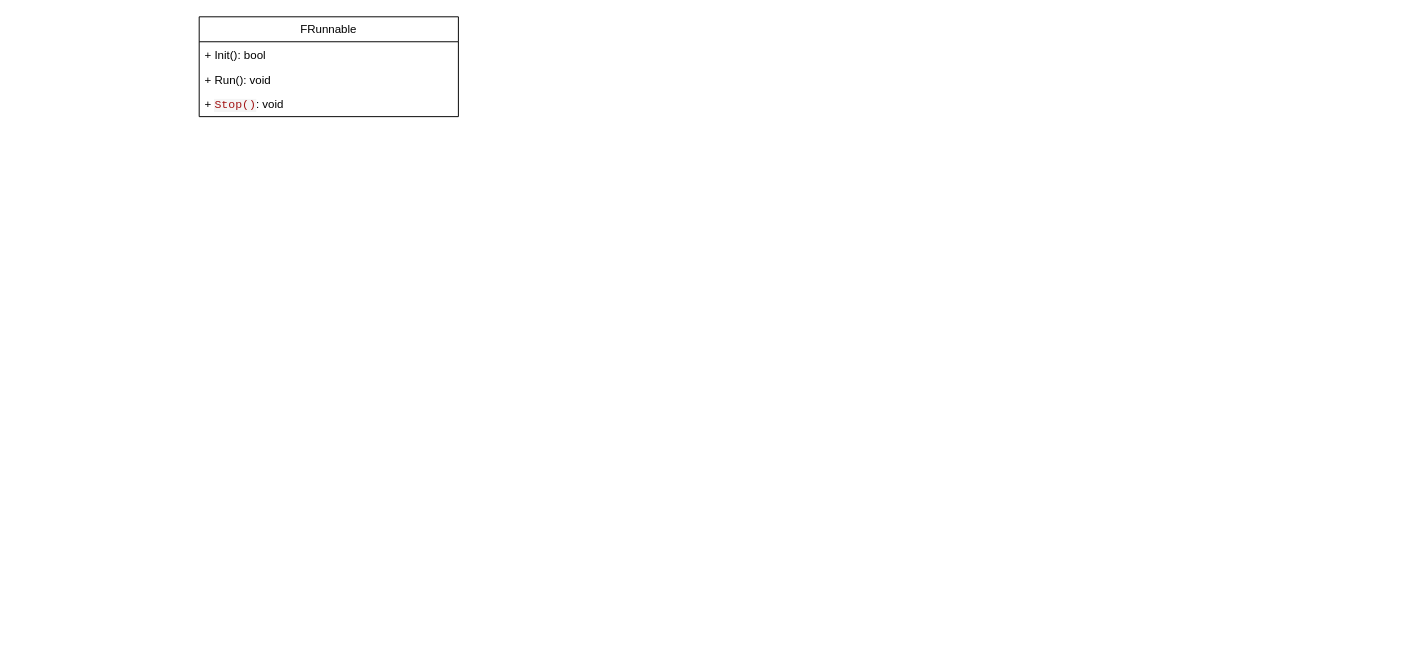
This is multi_thread.drawio from ProphecyQAQ/unreal_learn, a draw.io file, before an edit. Source tidied: cells renumbered, new cells numbered last; positions are measured from the earlier drawing's top-left corner, leaving out a move shared by most shapes. Both pictures are drawn from the tidied source at 96%, with x=0, y=0 at pixel (199, 16).
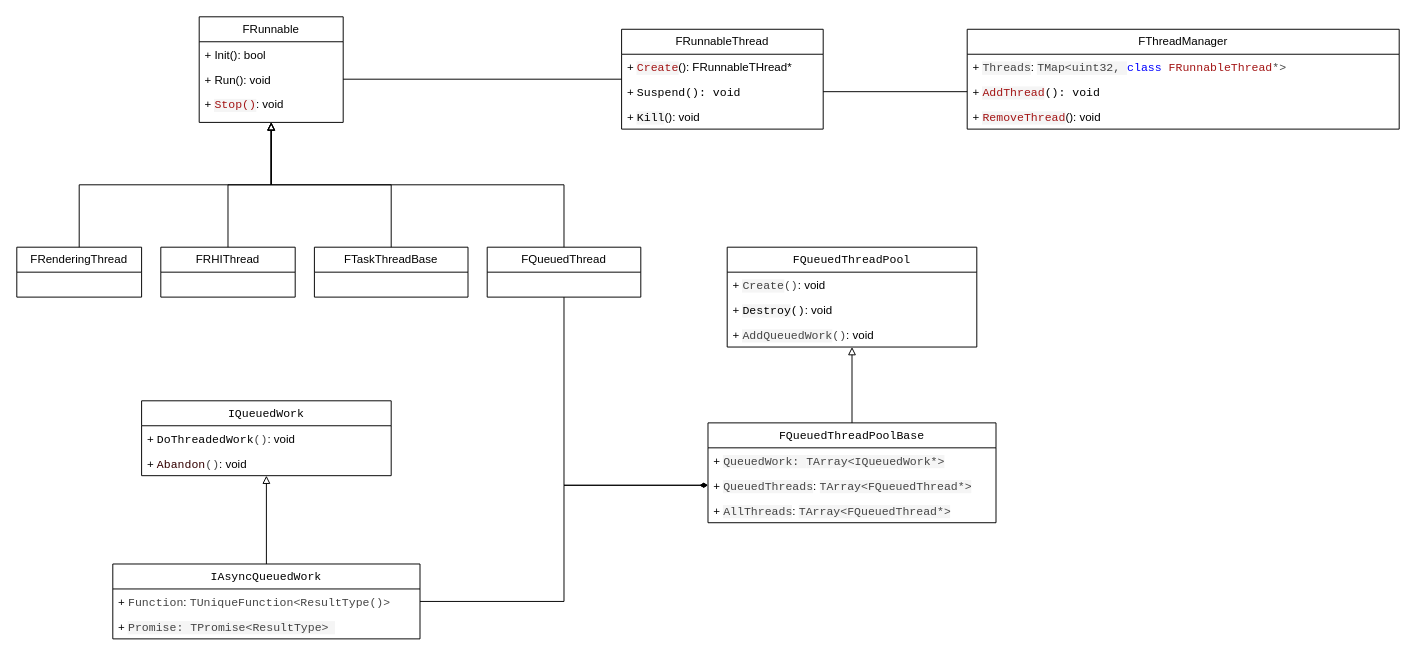
The same diagram, later.

Diff of the diagram source:
```diff
@@
+    <mxCell id="6" style="edgeStyle=orthogonalEdgeStyle;rounded=0;jettySize=auto;html=1;endArrow=none;endFill=0;startArrow=block;startFill=0;exitX=0.5;exitY=1;exitDx=0;exitDy=0;" parent="1" edge="1" source="2" target="9">
+      <mxGeometry relative="1" as="geometry" />
+    </mxCell>
+    <mxCell id="7" style="edgeStyle=orthogonalEdgeStyle;rounded=0;jettySize=auto;html=1;entryX=0.5;entryY=0;entryDx=0;entryDy=0;endArrow=none;endFill=0;startArrow=block;startFill=0;" parent="1" edge="1" source="2" target="10">
+      <mxGeometry relative="1" as="geometry" />
+    </mxCell>
+    <mxCell id="8" style="edgeStyle=orthogonalEdgeStyle;rounded=0;jettySize=auto;html=1;entryX=0.5;entryY=0;entryDx=0;entryDy=0;endArrow=none;endFill=0;startArrow=block;startFill=0;" parent="1" edge="1" source="2" target="11">
+      <mxGeometry relative="1" as="geometry" />
+    </mxCell>
     <mxCell id="2" value="FRunnable" style="swimlane;fontStyle=0;horizontal=1;startSize=26;fillColor=none;whiteSpace=wrap;html=1;" parent="1" vertex="1">
-      <mxGeometry width="270" height="104" as="geometry" />
+      <mxGeometry width="150" height="110" as="geometry" />
     </mxCell>
     <mxCell id="3" value="+ Init(): bool" style="text;strokeColor=none;fillColor=none;align=left;verticalAlign=top;spacingLeft=4;spacingRight=4;overflow=hidden;whiteSpace=wrap;html=1;" parent="2" vertex="1">
-      <mxGeometry y="26" width="270" height="26" as="geometry" />
+      <mxGeometry y="26" width="150" height="26" as="geometry" />
     </mxCell>
     <mxCell id="4" value="+ Run(): void" style="text;strokeColor=none;fillColor=none;align=left;verticalAlign=top;spacingLeft=4;spacingRight=4;overflow=hidden;points=[[0,0.5],[1,0.5]];portConstraint=eastwest;whiteSpace=wrap;html=1;" parent="2" vertex="1">
-      <mxGeometry y="52" width="270" height="26" as="geometry" />
+      <mxGeometry y="52" width="150" height="26" as="geometry" />
     </mxCell>
     <mxCell id="5" value="+ &lt;span style=&quot;color: rgb(163, 21, 21); font-family: &amp;quot;Courier New&amp;quot;, sans-serif; white-space-collapse: preserve; background-color: rgb(245, 245, 245);&quot;&gt;Stop()&lt;/span&gt;: void&amp;nbsp;" style="text;strokeColor=none;fillColor=none;align=left;verticalAlign=top;spacingLeft=4;spacingRight=4;overflow=hidden;whiteSpace=wrap;html=1;" parent="2" vertex="1">
-      <mxGeometry y="78" width="270" height="26" as="geometry" />
+      <mxGeometry y="78" width="150" height="32" as="geometry" />
     </mxCell>
+    <mxCell id="9" value="FRenderingThread" style="swimlane;fontStyle=0;horizontal=1;startSize=26;fillColor=none;whiteSpace=wrap;html=1;" parent="1" vertex="1">
+      <mxGeometry x="-190" y="240" width="130" height="52" as="geometry" />
+    </mxCell>
+    <mxCell id="10" value="FTaskThreadBase" style="swimlane;fontStyle=0;horizontal=1;startSize=26;fillColor=none;whiteSpace=wrap;html=1;" parent="1" vertex="1">
+      <mxGeometry x="120" y="240" width="160" height="52" as="geometry" />
+    </mxCell>
+    <mxCell id="11" value="FRHIThread" style="swimlane;fontStyle=0;horizontal=1;startSize=26;fillColor=none;whiteSpace=wrap;html=1;" parent="1" vertex="1">
+      <mxGeometry x="-40" y="240" width="140" height="52" as="geometry" />
+    </mxCell>
+    <mxCell id="12" style="edgeStyle=orthogonalEdgeStyle;rounded=0;jettySize=auto;html=1;exitX=0.5;exitY=0;exitDx=0;exitDy=0;entryX=0.5;entryY=1;entryDx=0;entryDy=0;endArrow=block;endFill=0;startArrow=none;startFill=0;" parent="1" edge="1" source="14" target="2">
+      <mxGeometry relative="1" as="geometry" />
+    </mxCell>
+    <mxCell id="13" style="edgeStyle=orthogonalEdgeStyle;rounded=0;jettySize=auto;html=1;exitX=0.5;exitY=1;exitDx=0;exitDy=0;entryX=0;entryY=0.5;entryDx=0;entryDy=0;endArrow=diamondThin;endFill=1;" parent="1" edge="1" source="14" target="39">
+      <mxGeometry relative="1" as="geometry" />
+    </mxCell>
+    <mxCell id="14" value="FQueuedThread" style="swimlane;fontStyle=0;horizontal=1;startSize=26;fillColor=none;whiteSpace=wrap;html=1;" parent="1" vertex="1">
+      <mxGeometry x="300" y="240" width="160" height="52" as="geometry" />
+    </mxCell>
+    <mxCell id="15" value="FRunnableThread" style="swimlane;fontStyle=0;horizontal=1;startSize=26;fillColor=none;whiteSpace=wrap;html=1;" parent="1" vertex="1">
+      <mxGeometry x="440" y="13" width="210" height="104" as="geometry" />
+    </mxCell>
+    <mxCell id="16" value="&lt;font&gt;+&amp;nbsp;&lt;span style=&quot;font-family: &amp;quot;Courier New&amp;quot;, sans-serif; white-space-collapse: preserve; background-color: rgb(245, 245, 245); color: rgb(163, 21, 21);&quot;&gt;Create&lt;/span&gt;(): FRunnableTHread*&lt;/font&gt;" style="text;strokeColor=none;fillColor=none;align=left;verticalAlign=top;spacingLeft=4;spacingRight=4;overflow=hidden;whiteSpace=wrap;html=1;" parent="15" vertex="1">
+      <mxGeometry y="26" width="210" height="26" as="geometry" />
+    </mxCell>
+    <mxCell id="17" value="&lt;font&gt;+&amp;nbsp;&lt;span style=&quot;margin: 0px; padding: 0px; font-family: &amp;quot;Courier New&amp;quot;, sans-serif; white-space-collapse: preserve;&quot; class=&quot;hljs-title function_&quot;&gt;Suspend(): void&lt;/span&gt;&lt;/font&gt;" style="text;strokeColor=none;fillColor=none;align=left;verticalAlign=top;spacingLeft=4;spacingRight=4;overflow=hidden;points=[[0,0.5],[1,0.5]];portConstraint=eastwest;whiteSpace=wrap;html=1;" parent="15" vertex="1">
+      <mxGeometry y="52" width="210" height="26" as="geometry" />
+    </mxCell>
+    <mxCell id="18" value="&lt;font&gt;+ &lt;font face=&quot;Courier New, sans-serif&quot;&gt;&lt;span style=&quot;white-space-collapse: preserve; background-color: rgb(245, 245, 245);&quot;&gt;Kill&lt;/span&gt;&lt;/font&gt;(): void&lt;/font&gt;" style="text;align=left;verticalAlign=top;spacingLeft=4;spacingRight=4;overflow=hidden;whiteSpace=wrap;html=1;" parent="15" vertex="1">
+      <mxGeometry y="78" width="210" height="26" as="geometry" />
+    </mxCell>
+    <mxCell id="19" style="edgeStyle=orthogonalEdgeStyle;rounded=0;jettySize=auto;html=1;exitX=1;exitY=0.5;exitDx=0;exitDy=0;entryX=0;entryY=0.5;entryDx=0;entryDy=0;endArrow=none;endFill=0;" parent="1" edge="1" source="4" target="15">
+      <mxGeometry relative="1" as="geometry" />
+    </mxCell>
+    <mxCell id="20" value="FThreadManager" style="swimlane;fontStyle=0;horizontal=1;startSize=26;fillColor=none;whiteSpace=wrap;html=1;" parent="1" vertex="1">
+      <mxGeometry x="800" y="13" width="450" height="104" as="geometry" />
+    </mxCell>
+    <mxCell id="21" value="&lt;font&gt;+&amp;nbsp;&lt;span style=&quot;color: rgb(68, 68, 68); font-family: &amp;quot;Courier New&amp;quot;, sans-serif; white-space-collapse: preserve; background-color: rgb(245, 245, 245);&quot;&gt;Threads&lt;/span&gt;:&amp;nbsp;&lt;/font&gt;&lt;span style=&quot;color: rgb(68, 68, 68); font-family: &amp;quot;Courier New&amp;quot;, sans-serif; white-space-collapse: preserve; background-color: rgb(245, 245, 245);&quot;&gt;TMap&amp;lt;uint32, &lt;/span&gt;&lt;span style=&quot;margin: 0px; padding: 0px; color: rgb(68, 68, 68); font-family: &amp;quot;Courier New&amp;quot;, sans-serif; white-space-collapse: preserve;&quot; class=&quot;hljs-class&quot;&gt;&lt;span style=&quot;margin: 0px; padding: 0px; color: rgb(0, 0, 255);&quot; class=&quot;hljs-keyword&quot;&gt;class&lt;/span&gt; &lt;span style=&quot;margin: 0px; padding: 0px; color: rgb(163, 21, 21);&quot; class=&quot;hljs-title&quot;&gt;FRunnableThread&lt;/span&gt;*&amp;gt;&lt;/span&gt;" style="text;strokeColor=none;fillColor=none;align=left;verticalAlign=top;spacingLeft=4;spacingRight=4;overflow=hidden;whiteSpace=wrap;html=1;" parent="20" vertex="1">
+      <mxGeometry y="26" width="450" height="26" as="geometry" />
+    </mxCell>
+    <mxCell id="22" value="&lt;font&gt;+&amp;nbsp;&lt;span style=&quot;margin: 0px; padding: 0px; font-family: &amp;quot;Courier New&amp;quot;, sans-serif; white-space-collapse: preserve;&quot; class=&quot;hljs-title function_&quot;&gt;&lt;span style=&quot;color: rgb(163, 21, 21); background-color: rgb(245, 245, 245);&quot;&gt;AddThread&lt;/span&gt;(): void&lt;/span&gt;&lt;/font&gt;" style="text;strokeColor=none;fillColor=none;align=left;verticalAlign=top;spacingLeft=4;spacingRight=4;overflow=hidden;points=[[0,0.5],[1,0.5]];portConstraint=eastwest;whiteSpace=wrap;html=1;" parent="20" vertex="1">
+      <mxGeometry y="52" width="450" height="26" as="geometry" />
+    </mxCell>
+    <mxCell id="23" value="&lt;font&gt;+&amp;nbsp;&lt;span style=&quot;color: rgb(163, 21, 21); font-family: &amp;quot;Courier New&amp;quot;, sans-serif; white-space-collapse: preserve; background-color: rgb(245, 245, 245);&quot;&gt;RemoveThread&lt;/span&gt;(): void&lt;/font&gt;" style="text;align=left;verticalAlign=top;spacingLeft=4;spacingRight=4;overflow=hidden;whiteSpace=wrap;html=1;" parent="20" vertex="1">
+      <mxGeometry y="78" width="450" height="26" as="geometry" />
+    </mxCell>
+    <mxCell id="24" style="edgeStyle=orthogonalEdgeStyle;rounded=0;jettySize=auto;html=1;exitX=1;exitY=0.5;exitDx=0;exitDy=0;entryX=0;entryY=0.5;entryDx=0;entryDy=0;endArrow=none;endFill=0;" parent="1" edge="1" source="17" target="22">
+      <mxGeometry relative="1" as="geometry" />
+    </mxCell>
+    <mxCell id="25" value="&lt;span style=&quot;font-family: &amp;quot;Courier New&amp;quot;, sans-serif; text-align: start; white-space-collapse: preserve;&quot;&gt;&lt;font style=&quot;color: rgb(0, 0, 0);&quot;&gt;IQueuedWork&lt;/font&gt;&lt;/span&gt;" style="swimlane;fontStyle=0;horizontal=1;startSize=26;fillColor=none;whiteSpace=wrap;html=1;" parent="1" vertex="1">
+      <mxGeometry x="-60" y="400" width="260" height="78" as="geometry" />
+    </mxCell>
+    <mxCell id="26" value="+&amp;nbsp;&lt;span style=&quot;margin: 0px; padding: 0px; font-family: &amp;quot;Courier New&amp;quot;, sans-serif; white-space-collapse: preserve;&quot; class=&quot;hljs-title function_&quot;&gt;&lt;font style=&quot;color: rgb(0, 0, 0);&quot;&gt;DoThreadedWork&lt;/font&gt;&lt;/span&gt;&lt;span style=&quot;margin: 0px; padding: 0px; color: rgb(68, 68, 68); font-family: &amp;quot;Courier New&amp;quot;, sans-serif; white-space-collapse: preserve;&quot; class=&quot;hljs-params&quot;&gt;()&lt;/span&gt;: void" style="text;strokeColor=none;fillColor=none;align=left;verticalAlign=top;spacingLeft=4;spacingRight=4;overflow=hidden;whiteSpace=wrap;html=1;" parent="25" vertex="1">
+      <mxGeometry y="26" width="260" height="26" as="geometry" />
+    </mxCell>
+    <mxCell id="27" value="+&amp;nbsp;&lt;span style=&quot;margin: 0px; padding: 0px; font-family: &amp;quot;Courier New&amp;quot;, sans-serif; white-space-collapse: preserve;&quot; class=&quot;hljs-title function_&quot;&gt;&lt;font style=&quot;color: rgb(51, 0, 0);&quot;&gt;Abandon&lt;/font&gt;&lt;/span&gt;&lt;span style=&quot;margin: 0px; padding: 0px; color: rgb(68, 68, 68); font-family: &amp;quot;Courier New&amp;quot;, sans-serif; white-space-collapse: preserve;&quot; class=&quot;hljs-params&quot;&gt;()&lt;/span&gt;: void" style="text;strokeColor=none;fillColor=none;align=left;verticalAlign=top;spacingLeft=4;spacingRight=4;overflow=hidden;whiteSpace=wrap;html=1;" parent="25" vertex="1">
+      <mxGeometry y="52" width="260" height="26" as="geometry" />
+    </mxCell>
+    <mxCell id="28" style="edgeStyle=orthogonalEdgeStyle;rounded=0;jettySize=auto;html=1;exitX=0.5;exitY=0;exitDx=0;exitDy=0;entryX=0.5;entryY=1;entryDx=0;entryDy=0;endArrow=block;endFill=0;" parent="1" edge="1" source="29" target="25">
+      <mxGeometry relative="1" as="geometry" />
+    </mxCell>
+    <mxCell id="29" value="&lt;span style=&quot;font-family: &amp;quot;Courier New&amp;quot;, sans-serif; text-align: start; white-space-collapse: preserve;&quot;&gt;&lt;font style=&quot;color: rgb(0, 0, 0);&quot;&gt;IAsyncQueuedWork&lt;/font&gt;&lt;/span&gt;" style="swimlane;fontStyle=0;horizontal=1;startSize=26;fillColor=none;whiteSpace=wrap;html=1;" parent="1" vertex="1">
+      <mxGeometry x="-90" y="570" width="320" height="78" as="geometry" />
+    </mxCell>
+    <mxCell id="30" value="&lt;span&gt;+&amp;nbsp;&lt;span style=&quot;color: rgb(68, 68, 68); font-family: &amp;quot;Courier New&amp;quot;, sans-serif; white-space-collapse: preserve;&quot;&gt;Function&lt;/span&gt;:&amp;nbsp;&lt;span style=&quot;color: rgb(68, 68, 68); font-family: &amp;quot;Courier New&amp;quot;, sans-serif; white-space-collapse: preserve;&quot;&gt;TUniqueFunction&amp;lt;ResultType()&amp;gt;&lt;/span&gt;&lt;/span&gt;" style="text;strokeColor=none;fillColor=none;align=left;verticalAlign=top;spacingLeft=4;spacingRight=4;overflow=hidden;points=[[0,0.5],[1,0.5]];portConstraint=eastwest;whiteSpace=wrap;html=1;" parent="29" vertex="1">
+      <mxGeometry y="26" width="320" height="26" as="geometry" />
+    </mxCell>
+    <mxCell id="31" value="+&amp;nbsp;&lt;span style=&quot;color: rgb(68, 68, 68); font-family: &amp;quot;Courier New&amp;quot;, sans-serif; white-space-collapse: preserve; background-color: rgb(245, 245, 245);&quot;&gt;Promise: &lt;/span&gt;&lt;span style=&quot;color: rgb(68, 68, 68); font-family: &amp;quot;Courier New&amp;quot;, sans-serif; white-space-collapse: preserve; background-color: rgb(245, 245, 245);&quot;&gt;TPromise&amp;lt;ResultType&amp;gt; &lt;/span&gt;" style="text;strokeColor=none;fillColor=none;align=left;verticalAlign=top;spacingLeft=4;spacingRight=4;overflow=hidden;whiteSpace=wrap;html=1;" parent="29" vertex="1">
+      <mxGeometry y="52" width="320" height="26" as="geometry" />
+    </mxCell>
+    <mxCell id="32" value="&lt;span style=&quot;font-family: &amp;quot;Courier New&amp;quot;, sans-serif; text-align: start; white-space-collapse: preserve;&quot;&gt;&lt;font style=&quot;color: rgb(0, 0, 0);&quot;&gt;FQueuedThreadPool&lt;/font&gt;&lt;/span&gt;" style="swimlane;fontStyle=0;horizontal=1;startSize=26;fillColor=none;whiteSpace=wrap;html=1;" parent="1" vertex="1">
+      <mxGeometry x="550" y="240" width="260" height="104" as="geometry" />
+    </mxCell>
+    <mxCell id="33" value="&lt;font style=&quot;color: rgb(0, 0, 0);&quot;&gt;+&amp;nbsp;&lt;span style=&quot;margin: 0px; padding: 0px; font-family: &amp;quot;Courier New&amp;quot;, sans-serif; white-space-collapse: preserve; color: rgb(68, 68, 68);&quot; class=&quot;hljs-params&quot;&gt;&lt;span style=&quot;background-color: rgb(245, 245, 245);&quot;&gt;Create&lt;/span&gt;()&lt;/span&gt;: void&lt;/font&gt;" style="text;strokeColor=none;fillColor=none;align=left;verticalAlign=top;spacingLeft=4;spacingRight=4;overflow=hidden;whiteSpace=wrap;html=1;" parent="32" vertex="1">
+      <mxGeometry y="26" width="260" height="26" as="geometry" />
+    </mxCell>
+    <mxCell id="34" value="&lt;font style=&quot;color: rgb(0, 0, 0);&quot;&gt;+&amp;nbsp;&lt;span style=&quot;margin: 0px; padding: 0px; font-family: &amp;quot;Courier New&amp;quot;, sans-serif; white-space-collapse: preserve;&quot; class=&quot;hljs-params&quot;&gt;&lt;span style=&quot;background-color: rgb(245, 245, 245);&quot;&gt;Destroy&lt;/span&gt;()&lt;/span&gt;: void&lt;/font&gt;" style="text;strokeColor=none;fillColor=none;align=left;verticalAlign=top;spacingLeft=4;spacingRight=4;overflow=hidden;whiteSpace=wrap;html=1;" parent="32" vertex="1">
+      <mxGeometry y="52" width="260" height="26" as="geometry" />
+    </mxCell>
+    <mxCell id="35" value="&lt;font style=&quot;color: rgb(0, 0, 0);&quot;&gt;+&amp;nbsp;&lt;span style=&quot;margin: 0px; padding: 0px; font-family: &amp;quot;Courier New&amp;quot;, sans-serif; white-space-collapse: preserve; color: rgb(68, 68, 68);&quot; class=&quot;hljs-params&quot;&gt;&lt;span style=&quot;background-color: rgb(245, 245, 245);&quot;&gt;AddQueuedWork&lt;/span&gt;()&lt;/span&gt;: void&lt;/font&gt;" style="text;strokeColor=none;fillColor=none;align=left;verticalAlign=top;spacingLeft=4;spacingRight=4;overflow=hidden;whiteSpace=wrap;html=1;" parent="32" vertex="1">
+      <mxGeometry y="78" width="260" height="26" as="geometry" />
+    </mxCell>
+    <mxCell id="36" style="edgeStyle=orthogonalEdgeStyle;rounded=0;jettySize=auto;html=1;entryX=0.5;entryY=1;entryDx=0;entryDy=0;endArrow=block;endFill=0;" parent="1" edge="1" source="37" target="32">
+      <mxGeometry relative="1" as="geometry" />
+    </mxCell>
+    <mxCell id="37" value="&lt;span style=&quot;font-family: &amp;quot;Courier New&amp;quot;, sans-serif; text-align: start; white-space-collapse: preserve;&quot;&gt;&lt;font style=&quot;color: rgb(0, 0, 0);&quot;&gt;FQueuedThreadPoolBase&lt;/font&gt;&lt;/span&gt;" style="swimlane;fontStyle=0;horizontal=1;startSize=26;fillColor=none;whiteSpace=wrap;html=1;" parent="1" vertex="1">
+      <mxGeometry x="530" y="423" width="300" height="104" as="geometry" />
+    </mxCell>
+    <mxCell id="38" value="&lt;font style=&quot;color: rgb(0, 0, 0);&quot;&gt;+&amp;nbsp;&lt;/font&gt;&lt;span style=&quot;color: rgb(68, 68, 68); font-family: &amp;quot;Courier New&amp;quot;, sans-serif; white-space-collapse: preserve; background-color: rgb(245, 245, 245);&quot;&gt;QueuedWork: &lt;/span&gt;&lt;span style=&quot;color: rgb(68, 68, 68); font-family: &amp;quot;Courier New&amp;quot;, sans-serif; white-space-collapse: preserve; background-color: rgb(245, 245, 245);&quot;&gt;TArray&amp;lt;IQueuedWork*&amp;gt;&lt;/span&gt;" style="text;strokeColor=none;fillColor=none;align=left;verticalAlign=top;spacingLeft=4;spacingRight=4;overflow=hidden;whiteSpace=wrap;html=1;" parent="37" vertex="1">
+      <mxGeometry y="26" width="300" height="26" as="geometry" />
+    </mxCell>
+    <mxCell id="39" value="&lt;font style=&quot;color: rgb(0, 0, 0);&quot;&gt;+&amp;nbsp;&lt;span style=&quot;color: rgb(68, 68, 68); font-family: &amp;quot;Courier New&amp;quot;, sans-serif; white-space-collapse: preserve; background-color: rgb(245, 245, 245);&quot;&gt;QueuedThreads&lt;/span&gt;:&amp;nbsp;&lt;/font&gt;&lt;span style=&quot;color: rgb(68, 68, 68); font-family: &amp;quot;Courier New&amp;quot;, sans-serif; white-space-collapse: preserve; background-color: rgb(245, 245, 245);&quot;&gt;TArray&amp;lt;FQueuedThread*&amp;gt;&lt;/span&gt;" style="text;strokeColor=none;fillColor=none;align=left;verticalAlign=top;spacingLeft=4;spacingRight=4;overflow=hidden;points=[[0,0.5],[1,0.5]];portConstraint=eastwest;whiteSpace=wrap;html=1;" parent="37" vertex="1">
+      <mxGeometry y="52" width="300" height="26" as="geometry" />
+    </mxCell>
+    <mxCell id="40" value="&lt;font style=&quot;color: rgb(0, 0, 0);&quot;&gt;+&amp;nbsp;&lt;span style=&quot;color: rgb(68, 68, 68); font-family: &amp;quot;Courier New&amp;quot;, sans-serif; white-space-collapse: preserve; background-color: rgb(245, 245, 245);&quot;&gt;AllThreads&lt;/span&gt;:&amp;nbsp;&lt;/font&gt;&lt;span style=&quot;color: rgb(68, 68, 68); font-family: &amp;quot;Courier New&amp;quot;, sans-serif; white-space-collapse: preserve; background-color: rgb(245, 245, 245);&quot;&gt;TArray&amp;lt;FQueuedThread*&amp;gt;&lt;/span&gt;" style="text;strokeColor=none;fillColor=none;align=left;verticalAlign=top;spacingLeft=4;spacingRight=4;overflow=hidden;whiteSpace=wrap;html=1;" parent="37" vertex="1">
+      <mxGeometry y="78" width="300" height="26" as="geometry" />
+    </mxCell>
+    <mxCell id="41" style="edgeStyle=orthogonalEdgeStyle;rounded=0;jettySize=auto;html=1;exitX=1;exitY=0.5;exitDx=0;exitDy=0;entryX=0;entryY=0.5;entryDx=0;entryDy=0;endArrow=diamondThin;endFill=1;" parent="1" edge="1" source="30" target="39">
+      <mxGeometry relative="1" as="geometry" />
+    </mxCell>
```
